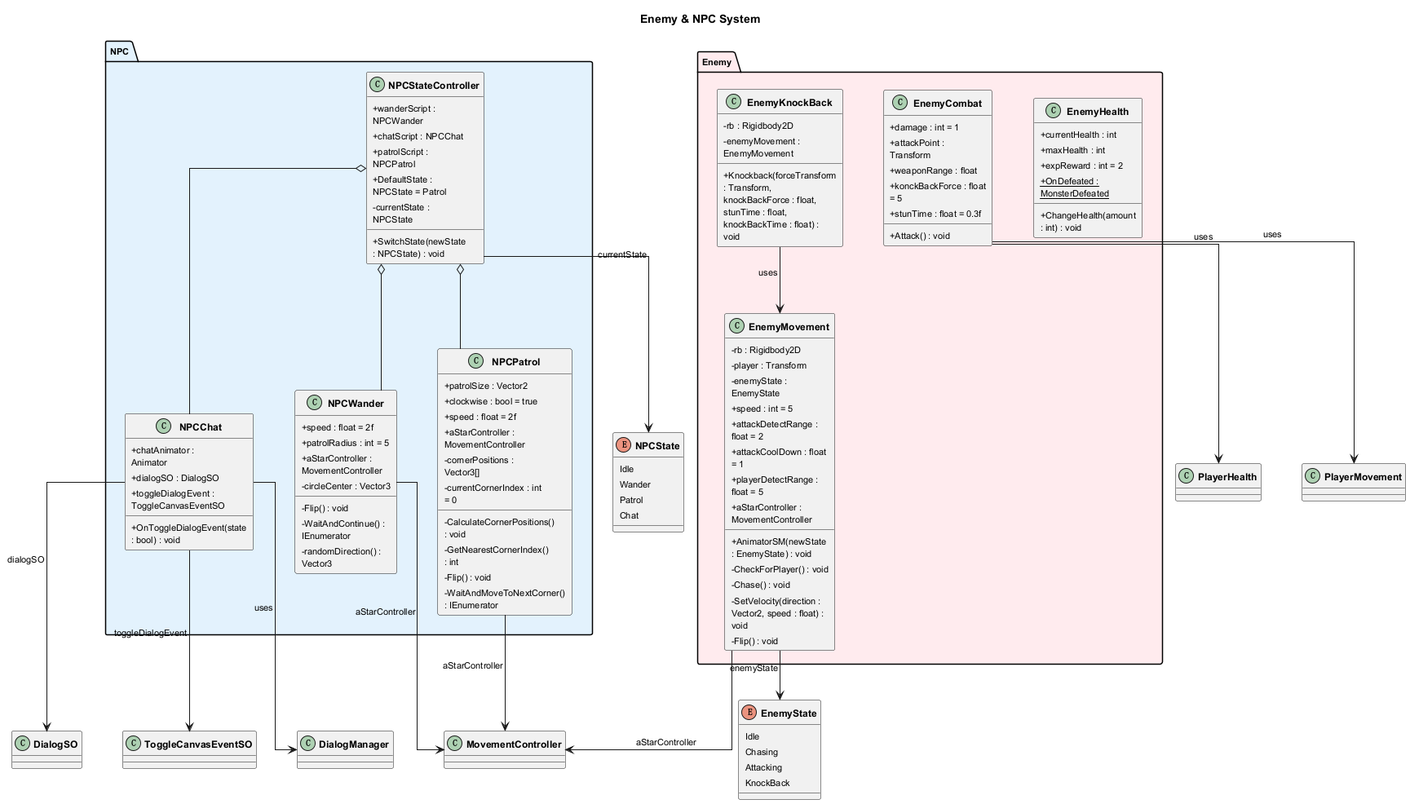
The PlantUML diagram Docs/UML/Enemy_NPC_System.png in KAIDO-YONAGI/My_ARPG, before a commit.
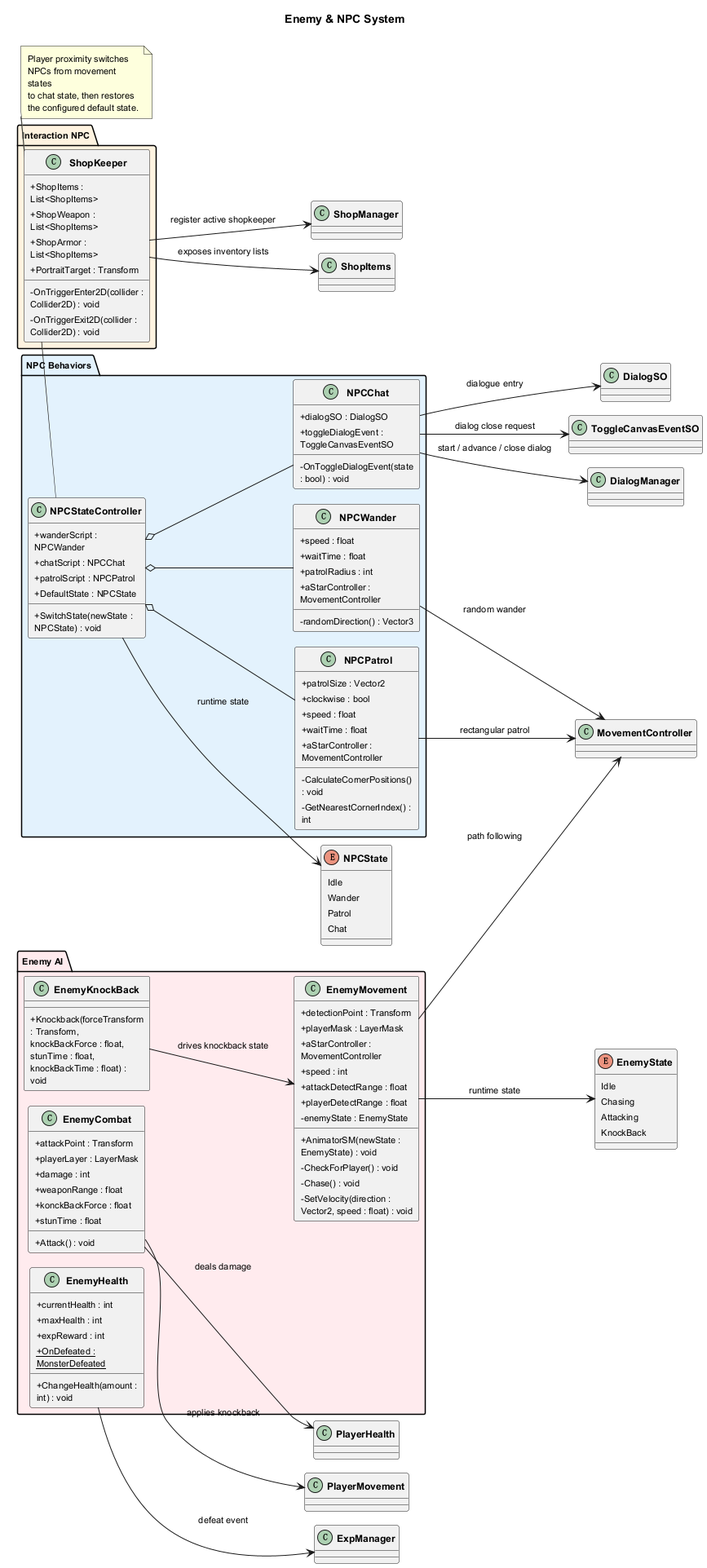
The same file after the commit.

The edit, as a diff of the source:
```diff
@@ -1,14 +1,17 @@
 @startuml Enemy_NPC_System
 
+!pragma layout smetana
+left to right direction
+
 skinparam linetype ortho
-skinparam nodesep 50
-skinparam ranksep 60
+skinparam nodesep 40
+skinparam ranksep 50
 skinparam classAttributeIconSize 0
 skinparam defaultFontSize 11
 skinparam classFontSize 12
 skinparam classFontStyle bold
 skinparam padding 2
-skinparam wrapWidth 120
+skinparam wrapWidth 140
 
 title Enemy & NPC System
 
@@ -26,105 +29,112 @@
     Chat
 }
 
-package "Enemy" #FFEBEE {
+package "Enemy AI" #FFEBEE {
     class EnemyMovement {
-        - rb : Rigidbody2D
-        - player : Transform
+        + detectionPoint : Transform
+        + playerMask : LayerMask
+        + aStarController : MovementController
+        + speed : int
+        + attackDetectRange : float
+        + playerDetectRange : float
         - enemyState : EnemyState
-        + speed : int = 5
-        + attackDetectRange : float = 2
-        + attackCoolDown : float = 1
-        + playerDetectRange : float = 5
-        + aStarController : MovementController
         + AnimatorSM(newState : EnemyState) : void
         - CheckForPlayer() : void
         - Chase() : void
         - SetVelocity(direction : Vector2, speed : float) : void
-        - Flip() : void
     }
 
-    together {
-        class EnemyHealth {
-            + currentHealth : int
-            + maxHealth : int
-            + expReward : int = 2
-            + {static} OnDefeated : MonsterDefeated
-            + ChangeHealth(amount : int) : void
-        }
+    class EnemyCombat {
+        + attackPoint : Transform
+        + playerLayer : LayerMask
+        + damage : int
+        + weaponRange : float
+        + konckBackForce : float
+        + stunTime : float
+        + Attack() : void
+    }
 
-        class EnemyKnockBack {
-            - rb : Rigidbody2D
-            - enemyMovement : EnemyMovement
-            + Knockback(forceTransform : Transform, knockBackForce : float, stunTime : float, knockBackTime : float) : void
-        }
+    class EnemyHealth {
+        + currentHealth : int
+        + maxHealth : int
+        + expReward : int
+        + {static} OnDefeated : MonsterDefeated
+        + ChangeHealth(amount : int) : void
+    }
 
-        class EnemyCombat {
-            + damage : int = 1
-            + attackPoint : Transform
-            + weaponRange : float
-            + konckBackForce : float = 5
-            + stunTime : float = 0.3f
-            + Attack() : void
-        }
+    class EnemyKnockBack {
+        + Knockback(forceTransform : Transform, knockBackForce : float, stunTime : float, knockBackTime : float) : void
     }
 }
 
-package "NPC" #E3F2FD {
+package "NPC Behaviors" #E3F2FD {
     class NPCStateController {
         + wanderScript : NPCWander
         + chatScript : NPCChat
         + patrolScript : NPCPatrol
-        + DefaultState : NPCState = Patrol
-        - currentState : NPCState
+        + DefaultState : NPCState
         + SwitchState(newState : NPCState) : void
     }
 
-    together {
-        class NPCPatrol {
-            + patrolSize : Vector2
-            + clockwise : bool = true
-            + speed : float = 2f
-            + aStarController : MovementController
-            - cornerPositions : Vector3[]
-            - currentCornerIndex : int = 0
-            - CalculateCornerPositions() : void
-            - GetNearestCornerIndex() : int
-            - Flip() : void
-            - WaitAndMoveToNextCorner() : IEnumerator
-        }
+    class NPCPatrol {
+        + patrolSize : Vector2
+        + clockwise : bool
+        + speed : float
+        + waitTime : float
+        + aStarController : MovementController
+        - CalculateCornerPositions() : void
+        - GetNearestCornerIndex() : int
+    }
 
-        class NPCWander {
-            + speed : float = 2f
-            + patrolRadius : int = 5
-            + aStarController : MovementController
-            - circleCenter : Vector3
-            - Flip() : void
-            - WaitAndContinue() : IEnumerator
-            - randomDirection() : Vector3
-        }
+    class NPCWander {
+        + speed : float
+        + waitTime : float
+        + patrolRadius : int
+        + aStarController : MovementController
+        - randomDirection() : Vector3
+    }
 
-        class NPCChat {
-            + chatAnimator : Animator
-            + dialogSO : DialogSO
-            + toggleDialogEvent : ToggleCanvasEventSO
-            + OnToggleDialogEvent(state : bool) : void
-        }
+    class NPCChat {
+        + dialogSO : DialogSO
+        + toggleDialogEvent : ToggleCanvasEventSO
+        - OnToggleDialogEvent(state : bool) : void
     }
 }
 
-EnemyMovement --> EnemyState : enemyState
-EnemyMovement --> MovementController : aStarController
-EnemyKnockBack --> EnemyMovement : uses
-EnemyCombat --> PlayerHealth : uses
-EnemyCombat --> PlayerMovement : uses
-NPCStateController --> NPCState : currentState
+package "Interaction NPC" #FFF3E0 {
+    class ShopKeeper {
+        + ShopItems : List<ShopItems>
+        + ShopWeapon : List<ShopItems>
+        + ShopArmor : List<ShopItems>
+        + PortraitTarget : Transform
+        - OnTriggerEnter2D(collider : Collider2D) : void
+        - OnTriggerExit2D(collider : Collider2D) : void
+    }
+}
+
+EnemyMovement --> EnemyState : runtime state
+EnemyMovement --> MovementController : path following
+EnemyCombat --> PlayerHealth : deals damage
+EnemyCombat --> PlayerMovement : applies knockback
+EnemyKnockBack --> EnemyMovement : drives knockback state
+EnemyHealth --> ExpManager : defeat event
+
+NPCStateController --> NPCState : runtime state
+NPCStateController o-- NPCPatrol
 NPCStateController o-- NPCWander
 NPCStateController o-- NPCChat
-NPCStateController o-- NPCPatrol
-NPCPatrol --> MovementController : aStarController
-NPCWander --> MovementController : aStarController
-NPCChat --> DialogSO : dialogSO
-NPCChat --> ToggleCanvasEventSO : toggleDialogEvent
-NPCChat --> DialogManager : uses
+NPCPatrol --> MovementController : rectangular patrol
+NPCWander --> MovementController : random wander
+NPCChat --> DialogSO : dialogue entry
+NPCChat --> ToggleCanvasEventSO : dialog close request
+NPCChat --> DialogManager : start / advance / close dialog
+
+ShopKeeper --> ShopManager : register active shopkeeper
+ShopKeeper --> ShopItems : exposes inventory lists
+
+note bottom of NPCStateController
+Player proximity switches NPCs from movement states
+to chat state, then restores the configured default state.
+end note
 
 @enduml
```
